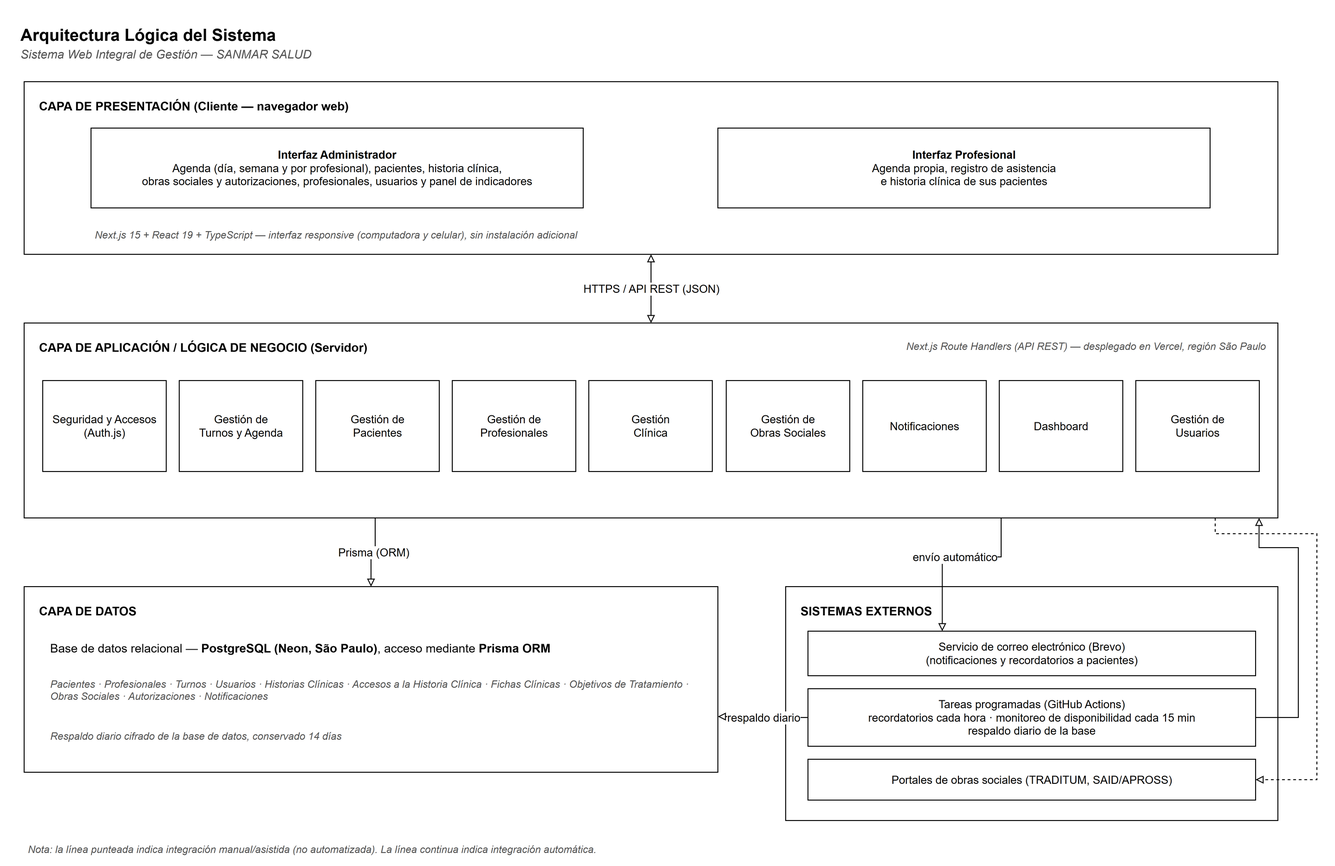
This is docs/diagramas/arquitectura.png from Matiglorioso/kineturnos, a draw.io export, as it was before one commit. Source tidied: cells renumbered, new cells last; positions are measured from the earlier drawing's top-left corner, leaving out a move shared by most shapes.
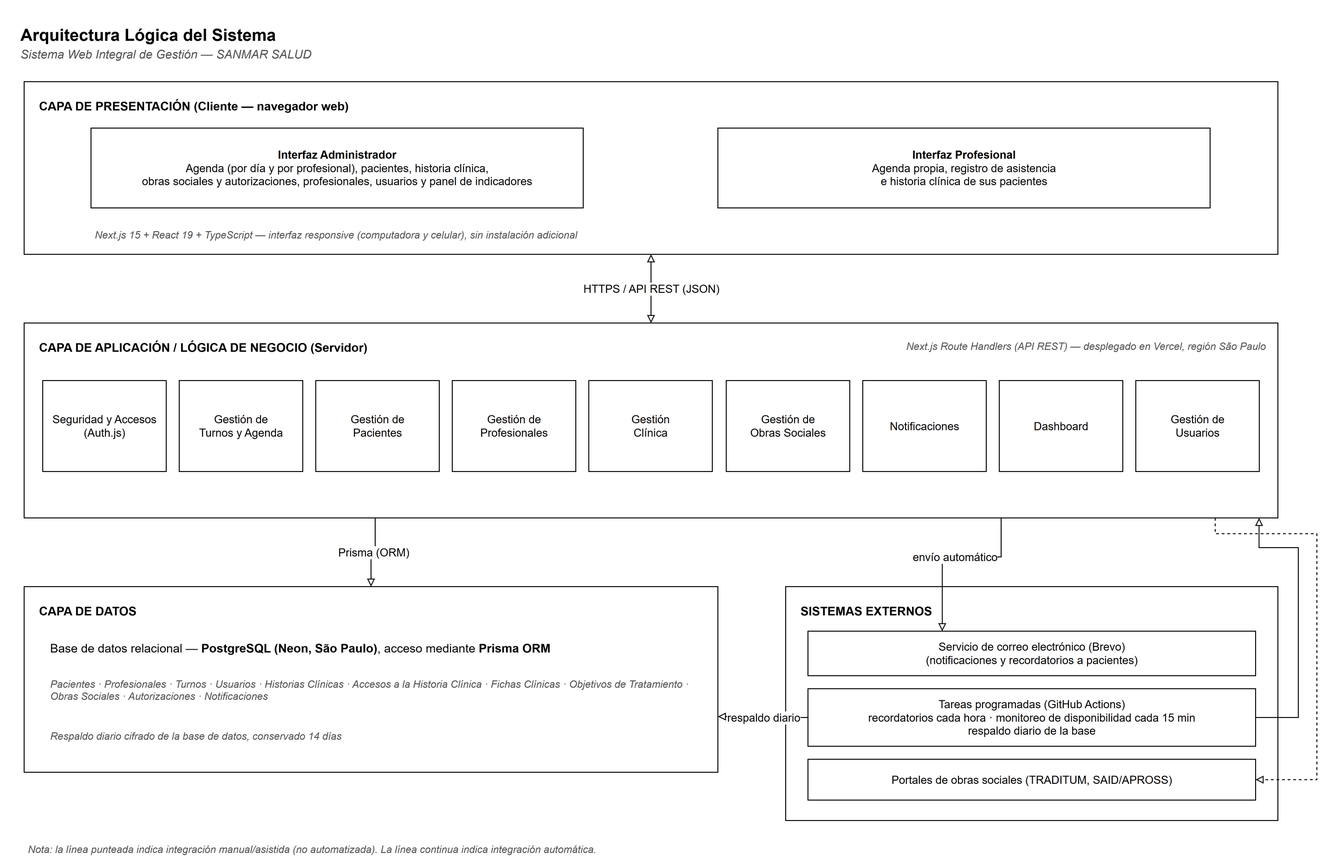
Above is the later version.

What changed in the source:
```diff
@@ -14,7 +14,7 @@
     <mxCell id="5" value="&lt;b&gt;CAPA DE PRESENTACIÓN (Cliente — navegador web)&lt;/b&gt;" style="text;html=1;strokeColor=none;fillColor=none;align=left;verticalAlign=top;whiteSpace=wrap;fontFamily=Helvetica;fontSize=13;" parent="1" vertex="1">
       <mxGeometry x="20" y="80" width="700" height="22" as="geometry" />
     </mxCell>
-    <mxCell id="6" value="&lt;b&gt;Interfaz Administrador&lt;/b&gt;&lt;br&gt;Agenda (día, semana y por profesional), pacientes, historia clínica,&lt;br&gt;obras sociales y autorizaciones, profesionales, usuarios y panel de indicadores" style="rounded=0;whiteSpace=wrap;html=1;fillColor=#FFFFFF;strokeColor=#000000;fontFamily=Helvetica;fontSize=12;" parent="1" vertex="1">
+    <mxCell id="6" value="&lt;b&gt;Interfaz Administrador&lt;/b&gt;&lt;br&gt;Agenda (por día y por profesional), pacientes, historia clínica,&lt;br&gt;obras sociales y autorizaciones, profesionales, usuarios y panel de indicadores" style="rounded=0;whiteSpace=wrap;html=1;fillColor=#FFFFFF;strokeColor=#000000;fontFamily=Helvetica;fontSize=12;" parent="1" vertex="1">
       <mxGeometry x="78" y="118" width="530" height="86" as="geometry" />
     </mxCell>
     <mxCell id="7" value="&lt;b&gt;Interfaz Profesional&lt;/b&gt;&lt;br&gt;Agenda propia, registro de asistencia&lt;br&gt;e historia clínica de sus pacientes" style="rounded=0;whiteSpace=wrap;html=1;fillColor=#FFFFFF;strokeColor=#000000;fontFamily=Helvetica;fontSize=12;" parent="1" vertex="1">
```
